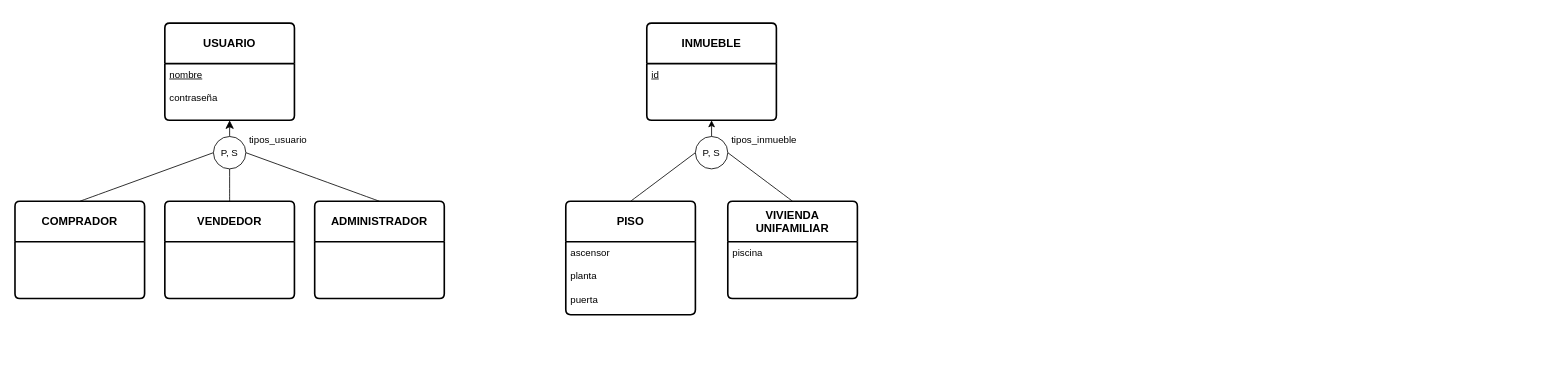
Above: docs/modelos_datos/entidad_relacion.drawio in PobladoRestringido/prog2-25-B2 (draw.io), before the change. Source tidied: cells renumbered, new cells numbered last; positions are measured from the earlier drawing's top-left corner, leaving out a move shared by most shapes. Both pictures are drawn from the tidied source at 81%, with x=0, y=0 at pixel (15, 23).
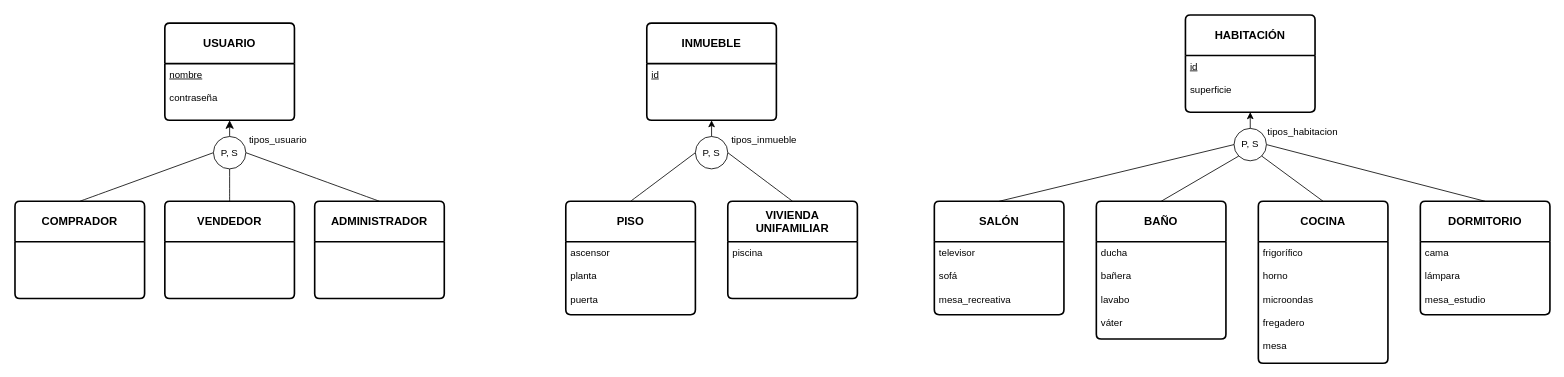
The same page after the edit.

Commit message:
Añadido el conjunto entidades 'habitacion'

Diff of the diagram source:
```diff
@@
+    <mxCell id="24" value="&lt;b&gt;HABITACIÓN&lt;/b&gt;" style="swimlane;horizontal=1;startSize=50;rounded=1;fontSize=14;fontStyle=0;strokeWidth=2;shadow=0;dashed=0;align=center;arcSize=4;whiteSpace=wrap;html=1;" parent="1" vertex="1">
+      <mxGeometry x="1445" y="-10" width="160" height="120" as="geometry" />
+    </mxCell>
+    <mxCell id="25" value="&lt;u&gt;id&lt;/u&gt;&lt;div&gt;&lt;br&gt;&lt;/div&gt;&lt;div&gt;superficie&lt;/div&gt;" style="align=left;strokeColor=none;fillColor=none;spacingLeft=4;spacingRight=4;fontSize=12;verticalAlign=top;html=1;whiteSpace=wrap;" parent="24" vertex="1">
+      <mxGeometry y="50" width="160" height="70" as="geometry" />
+    </mxCell>
+    <mxCell id="26" style="edgeStyle=orthogonalEdgeStyle;rounded=0;jettySize=auto;html=1;exitX=0.5;exitY=0;exitDx=0;exitDy=0;entryX=0.5;entryY=1;entryDx=0;entryDy=0;" parent="1" edge="1" source="28">
+      <mxGeometry relative="1" as="geometry">
+        <mxPoint x="1525" y="110" as="targetPoint" />
+      </mxGeometry>
+    </mxCell>
+    <mxCell id="27" style="rounded=0;jettySize=auto;html=1;exitX=1;exitY=0.5;exitDx=0;exitDy=0;entryX=0.5;entryY=0;entryDx=0;entryDy=0;endArrow=none;startFill=0;" parent="1" edge="1" source="28" target="39">
+      <mxGeometry relative="1" as="geometry" />
+    </mxCell>
+    <mxCell id="28" value="P, S" style="ellipse;whiteSpace=wrap;html=1;" parent="1" vertex="1">
+      <mxGeometry x="1505" y="130" width="40" height="40" as="geometry" />
+    </mxCell>
+    <mxCell id="29" value="tipos_habitacion" style="text;html=1;align=center;verticalAlign=middle;whiteSpace=wrap;rounded=0;" parent="1" vertex="1">
+      <mxGeometry x="1560" y="120" width="60" height="30" as="geometry" />
+    </mxCell>
+    <mxCell id="30" style="rounded=0;jettySize=auto;html=1;exitX=0.5;exitY=0;exitDx=0;exitDy=0;entryX=0;entryY=0.5;entryDx=0;entryDy=0;endArrow=none;startFill=0;" parent="1" edge="1" source="31" target="28">
+      <mxGeometry relative="1" as="geometry" />
+    </mxCell>
+    <mxCell id="31" value="&lt;b&gt;SALÓN&lt;/b&gt;" style="swimlane;horizontal=1;startSize=50;rounded=1;fontSize=14;fontStyle=0;strokeWidth=2;shadow=0;dashed=0;align=center;arcSize=4;whiteSpace=wrap;html=1;" parent="1" vertex="1">
+      <mxGeometry x="1135" y="220" width="160" height="140" as="geometry" />
+    </mxCell>
+    <mxCell id="32" value="televisor&lt;div&gt;&lt;br&gt;&lt;/div&gt;&lt;div&gt;sofá&lt;/div&gt;&lt;div&gt;&lt;br&gt;&lt;/div&gt;&lt;div&gt;mesa_recreativa&lt;/div&gt;" style="align=left;strokeColor=none;fillColor=none;spacingLeft=4;spacingRight=4;fontSize=12;verticalAlign=top;html=1;whiteSpace=wrap;" parent="31" vertex="1">
+      <mxGeometry y="50" width="160" height="90" as="geometry" />
+    </mxCell>
+    <mxCell id="33" style="rounded=0;jettySize=auto;html=1;exitX=0.5;exitY=0;exitDx=0;exitDy=0;entryX=0;entryY=1;entryDx=0;entryDy=0;endArrow=none;startFill=0;" parent="1" edge="1" source="34" target="28">
+      <mxGeometry relative="1" as="geometry" />
+    </mxCell>
+    <mxCell id="34" value="&lt;b&gt;BAÑO&lt;/b&gt;" style="swimlane;horizontal=1;startSize=50;rounded=1;fontSize=14;fontStyle=0;strokeWidth=2;shadow=0;dashed=0;align=center;arcSize=4;whiteSpace=wrap;html=1;" parent="1" vertex="1">
+      <mxGeometry x="1335" y="220" width="160" height="170" as="geometry" />
+    </mxCell>
+    <mxCell id="35" value="ducha&lt;div&gt;&lt;br&gt;&lt;/div&gt;&lt;div&gt;bañera&lt;/div&gt;&lt;div&gt;&lt;br&gt;&lt;/div&gt;&lt;div&gt;lavabo&lt;/div&gt;&lt;div&gt;&lt;br&gt;&lt;/div&gt;&lt;div&gt;váter&lt;/div&gt;" style="align=left;strokeColor=none;fillColor=none;spacingLeft=4;spacingRight=4;fontSize=12;verticalAlign=top;html=1;whiteSpace=wrap;" parent="34" vertex="1">
+      <mxGeometry y="50" width="160" height="120" as="geometry" />
+    </mxCell>
+    <mxCell id="36" style="rounded=0;jettySize=auto;html=1;exitX=0.5;exitY=0;exitDx=0;exitDy=0;entryX=1;entryY=1;entryDx=0;entryDy=0;endArrow=none;startFill=0;" parent="1" edge="1" source="37" target="28">
+      <mxGeometry relative="1" as="geometry" />
+    </mxCell>
+    <mxCell id="37" value="&lt;b&gt;COCINA&lt;/b&gt;" style="swimlane;horizontal=1;startSize=50;rounded=1;fontSize=14;fontStyle=0;strokeWidth=2;shadow=0;dashed=0;align=center;arcSize=4;whiteSpace=wrap;html=1;" parent="1" vertex="1">
+      <mxGeometry x="1535" y="220" width="160" height="200" as="geometry" />
+    </mxCell>
+    <mxCell id="38" value="frigorífico&lt;div&gt;&lt;br&gt;&lt;/div&gt;&lt;div&gt;horno&lt;/div&gt;&lt;div&gt;&lt;br&gt;&lt;/div&gt;&lt;div&gt;microondas&lt;/div&gt;&lt;div&gt;&lt;br&gt;&lt;/div&gt;&lt;div&gt;fregadero&lt;/div&gt;&lt;div&gt;&lt;br&gt;&lt;/div&gt;&lt;div&gt;mesa&lt;/div&gt;" style="align=left;strokeColor=none;fillColor=none;spacingLeft=4;spacingRight=4;fontSize=12;verticalAlign=top;html=1;whiteSpace=wrap;" parent="37" vertex="1">
+      <mxGeometry y="50" width="160" height="150" as="geometry" />
+    </mxCell>
+    <mxCell id="39" value="&lt;b&gt;DORMITORIO&lt;/b&gt;" style="swimlane;horizontal=1;startSize=50;rounded=1;fontSize=14;fontStyle=0;strokeWidth=2;shadow=0;dashed=0;align=center;arcSize=4;whiteSpace=wrap;html=1;" parent="1" vertex="1">
+      <mxGeometry x="1735" y="220" width="160" height="140" as="geometry" />
+    </mxCell>
+    <mxCell id="40" value="cama&lt;div&gt;&lt;br&gt;&lt;/div&gt;&lt;div&gt;lámpara&lt;/div&gt;&lt;div&gt;&lt;br&gt;&lt;/div&gt;&lt;div&gt;mesa_estudio&lt;/div&gt;" style="align=left;strokeColor=none;fillColor=none;spacingLeft=4;spacingRight=4;fontSize=12;verticalAlign=top;html=1;whiteSpace=wrap;" parent="39" vertex="1">
+      <mxGeometry y="50" width="160" height="90" as="geometry" />
+    </mxCell>
```
